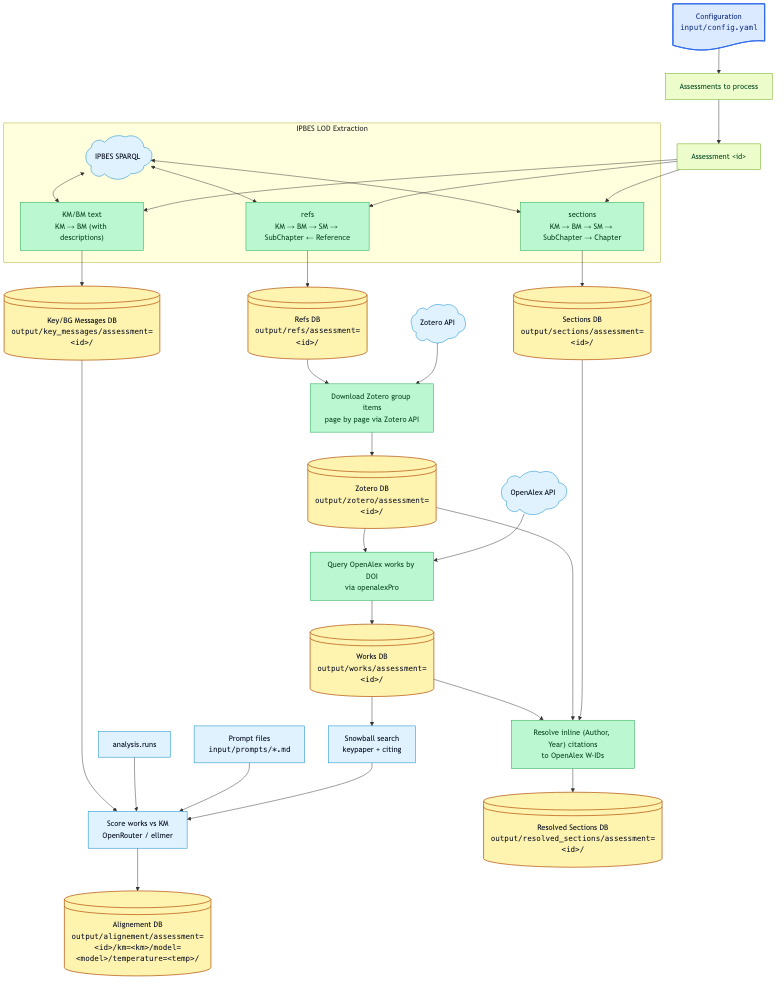
IPBES-Data/IPBES_BM_Fact_Checker keeps this Mermaid diagram as output/figures/workflow.png. Above is the earlier version. Its source is kept beside it as input/mmd/workflow.mmd.
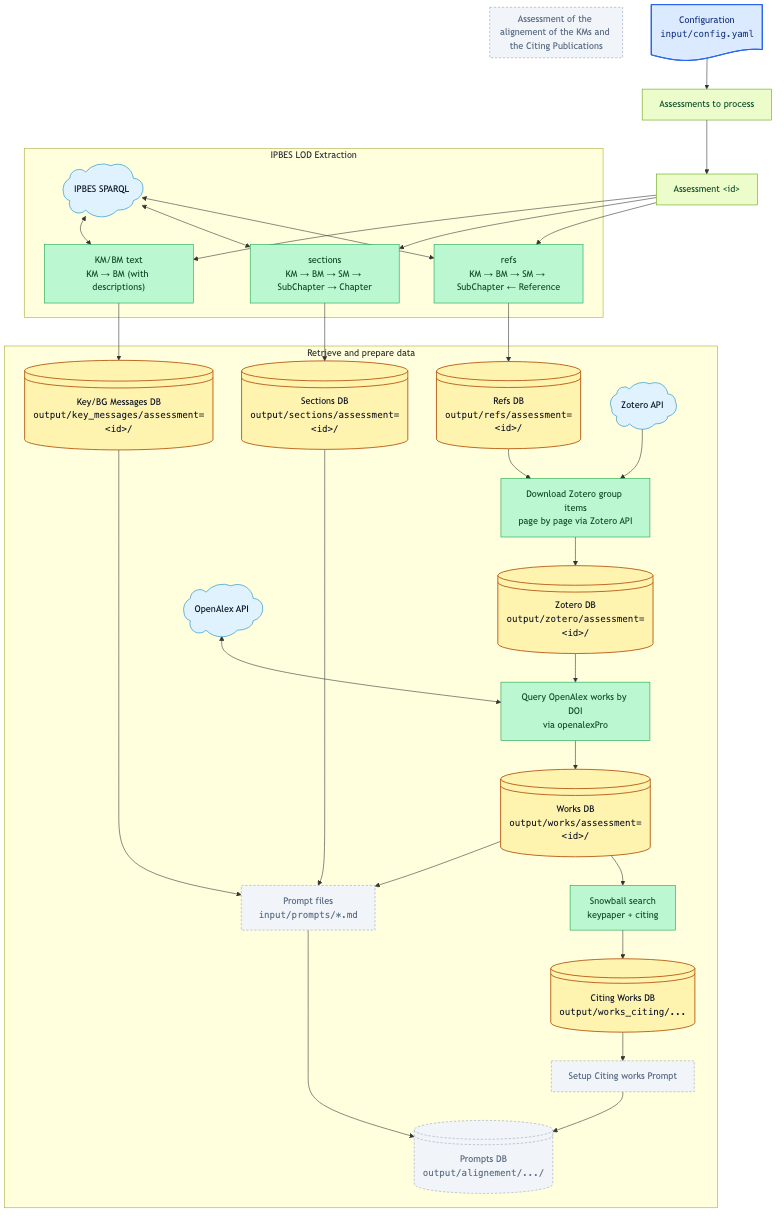
The same diagram one commit later.

What changed in the source:
```diff
@@ -1,60 +1,89 @@
 flowchart TD
 
   config_file@{ shape: doc, label: "Configuration <br><tt>input/config.yaml</tt>" }
-  config_file --> assessment_list["Assessments to process"]
-  assessment_list --> assessment_id["Assessment &lt;id&gt;"]
+  assessment_list@{ shape: rect, label: "Assessments to process" }
+  assessment_id@{ shape: rect, label: "Assessment &lt;id&gt;" }
+
+  config_file --> assessment_list
+  assessment_list --> assessment_id
+  assessment_id --> build_refs
 
   subgraph lod["IPBES LOD Extraction"]
-    direction LR
+    direction TB
+
     sparql@{ shape: cloud, label: "IPBES SPARQL" }
-    build_refs["refs<br/>KM → BM → SM → SubChapter ← Reference"]
-    build_sections["sections<br/>KM → BM → SM → SubChapter → Chapter"]
-    build_key_messages["KM/BM text<br/>KM → BM (with descriptions)"]
+    build_refs@{ shape: rect, label: "refs<br/>KM → BM → SM → SubChapter ← Reference" }
+    build_sections@{ shape: rect, label: "sections<br/>KM → BM → SM → SubChapter → Chapter" }
+    build_key_messages@{ shape: rect, label: "KM/BM text<br/>KM → BM (with descriptions)" }
+
     sparql <--> build_refs
     sparql <--> build_sections
     sparql <--> build_key_messages
   end
 
-  assessment_id --> build_refs
   assessment_id --> build_sections
   assessment_id --> build_key_messages
 
-  build_refs        --> refs_db@{         shape: lin-cyl, label: "Refs DB<br/><tt>output/refs/assessment=&lt;id&gt;/</tt>" }
-  build_sections    --> sections_db@{     shape: lin-cyl, label: "Sections DB<br/><tt>output/sections/assessment=&lt;id&gt;/</tt>" }
-  build_key_messages --> key_messages_db@{ shape: lin-cyl, label: "Key/BG Messages DB<br/><tt>output/key_messages/assessment=&lt;id&gt;/</tt>" }
+  subgraph data["Retrieve and prepare data"]
+    direction TD
 
-  refs_db --> download_zotero["Download Zotero group items<br/>page by page via Zotero API"]
-  zotero_api@{ shape: cloud, label: "Zotero API" } --> download_zotero
-  download_zotero --> zotero_db@{ shape: lin-cyl, label: "Zotero DB<br/><tt>output/zotero/assessment=&lt;id&gt;/</tt>" }
+    refs_db@{ shape: lin-cyl, label: "Refs DB<br/><tt>output/refs/assessment=&lt;id&gt;/</tt>" }
+    sections_db@{ shape: lin-cyl, label: "Sections DB<br/><tt>output/sections/assessment=&lt;id&gt;/</tt>" }
+    key_messages_db@{ shape: lin-cyl, label: "Key/BG Messages DB<br/><tt>output/key_messages/assessment=&lt;id&gt;/</tt>" }
+    zotero_api@{ shape: cloud, label: "Zotero API" }
+    zotero_db@{ shape: lin-cyl, label: "Zotero DB<br/><tt>output/zotero/assessment=&lt;id&gt;/</tt>" }
+    openalex@{ shape: cloud, label: "OpenAlex API" }
+    works_db@{ shape: lin-cyl, label: "Works DB<br/><tt>output/works/assessment=&lt;id&gt;/</tt>" }
+    citing_db@{ shape: lin-cyl, label: "Citing Works DB<br/><tt>output/works_citing/...</tt>" }
+    prompts_truth_db@{ shape: lin-cyl, label: "Prompts Truth DB<br/><tt>output/alignement/.../</tt>" }
+    prompts_citing_db@{ shape: lin-cyl, label: "Prompts Citing DB<br/><tt>output/alignement/.../</tt>" }
+    download_zotero@{ shape: rect, label: "Download Zotero group items<br/>page by page via Zotero API" }
+    download_works@{ shape: rect, label: "Query OpenAlex works by DOI<br/>via openalexPro" }
+    snowball@{ shape: rect, label: "Snowball search<br/>keypaper + citing" }
+    prompts_truth@{ shape: rect, label: "Prompt files<br/><tt>input/prompts/*.md</tt>" }
+    prompts_citing@{ shape: rect, label: "Setup Citing works Prompt" }
 
-  zotero_db --> download_works["Query OpenAlex works by DOI<br/>via openalexPro"]
-  openalex@{ shape: cloud, label: "OpenAlex API" } --> download_works
-  download_works --> works_db@{ shape: lin-cyl, label: "Works DB<br/><tt>output/works/assessment=&lt;id&gt;/</tt>" }
+    build_refs        --> refs_db
+    build_sections    --> sections_db
+    build_key_messages --> key_messages_db
 
-  analysis_runs["analysis.runs"]
-  prompts["Prompt files<br/><tt>input/prompts/*.md</tt>"]
-  snowball["Snowball search<br/>keypaper + citing"]
-  alignement["Score works vs KM<br/>OpenRouter / ellmer"]
-  works_db --> snowball
-  key_messages_db --> alignement
-  analysis_runs --> alignement
-  prompts --> alignement
-  snowball --> alignement
-  alignement --> alignement_db@{ shape: lin-cyl, label: "Alignement DB<br/><tt>output/alignement/assessment=&lt;id&gt;/km=&lt;km&gt;/model=&lt;model&gt;/temperature=&lt;temp&gt;/</tt>" }
+    refs_db --> download_zotero
+    zotero_api --> download_zotero
+    download_zotero --> zotero_db
 
-  works_db    --> resolve_citations["Resolve inline (Author, Year) citations<br/>to OpenAlex W-IDs"]
-  zotero_db   --> resolve_citations
-  sections_db --> resolve_citations
-  resolve_citations --> resolved_sections_db@{ shape: lin-cyl, label: "Resolved Sections DB<br/><tt>output/resolved_sections/assessment=&lt;id&gt;/</tt>" }
+    zotero_db --> download_works
+    openalex <--> download_works
+    download_works --> works_db
+
+    works_db --> snowball
+    snowball --> citing_db
+
+    key_messages_db --> prompts_truth
+    works_db --> prompts_truth
+    prompts_truth --> prompts_truth_db
+    sections_db --> prompts_truth
+
+    citing_db --> prompts_citing
+    prompts_citing --> prompts_citing_db
+  end
+
+  subgraph ai_assessment["Assessment of the alignement of the KMs and the Citing Publications"]
+
+  end
+
 
   classDef input_file  fill:#dbeafe,stroke:#2563eb,color:#1e3a8a,stroke-width:1.5px;
   classDef config      fill:#ecfccb,stroke:#65a30d,color:#14532d,stroke-width:1px;
   classDef database    fill:#fff3b0,stroke:#b45309,color:#111827,stroke-width:1.5px;
   classDef processing  fill:#bbf7d0,stroke:#16a34a,color:#14532d,stroke-width:1px;
   classDef helper      fill:#e0f2fe,stroke:#0284c7,color:#0f172a,stroke-width:1px;
+  classDef disabled    fill:#f1f5f9,stroke:#94a3b8,color:#64748b,stroke-width:1px,stroke-dasharray:4 3;
 
   class config_file input_file;
   class assessment_list,assessment_id config;
-  class refs_db,sections_db,key_messages_db,zotero_db,works_db,resolved_sections_db,alignement_db database;
-  class build_refs,build_sections,build_key_messages,download_zotero,download_works,resolve_citations processing;
-  class sparql,zotero_api,openalex,analysis_runs,prompts,snowball,alignement helper;
+  class citing_db,refs_db,sections_db,key_messages_db,zotero_db,works_db database;
+  class build_refs,build_sections,build_key_messages,download_zotero,download_works,snowball processing;
+  class sparql,zotero_api,openalex helper;
+  class prompts_truth,prompts_citing,prompts_truth_db,prompts_citing_db disabled;
+
+  style ai_assessment fill:#f1f5f9,stroke:#94a3b8,color:#64748b,stroke-dasharray:4 3;
```
